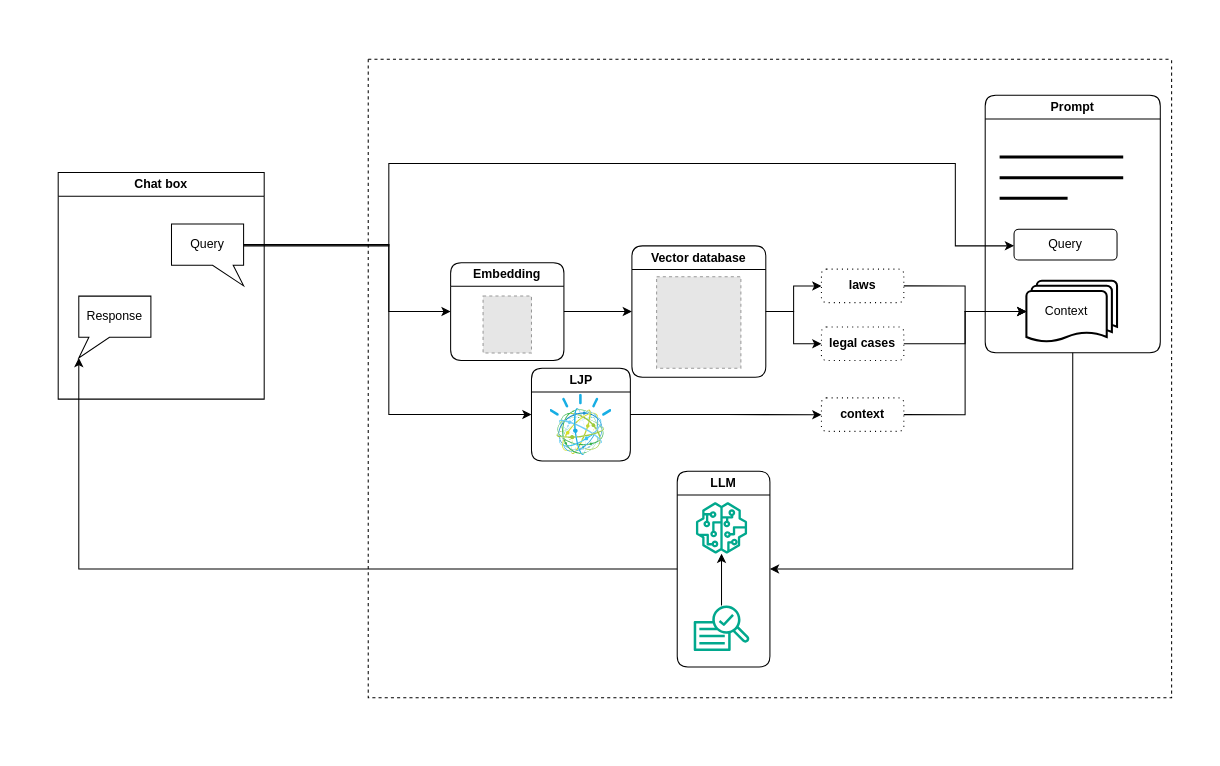
ArThur-Te/2025-21408 keeps this draw.io diagram as 未命名绘图.drawio. Above is the earlier version. Source tidied: cells renumbered, new cells numbered last; positions are measured from the earlier drawing's top-left corner, leaving out a move shared by most shapes. Both pictures are drawn from the tidied source at 103%, with x=0, y=0 at pixel (18, 18). Pictures stored in the file or linked from it are replaced by grey dashed boxes.
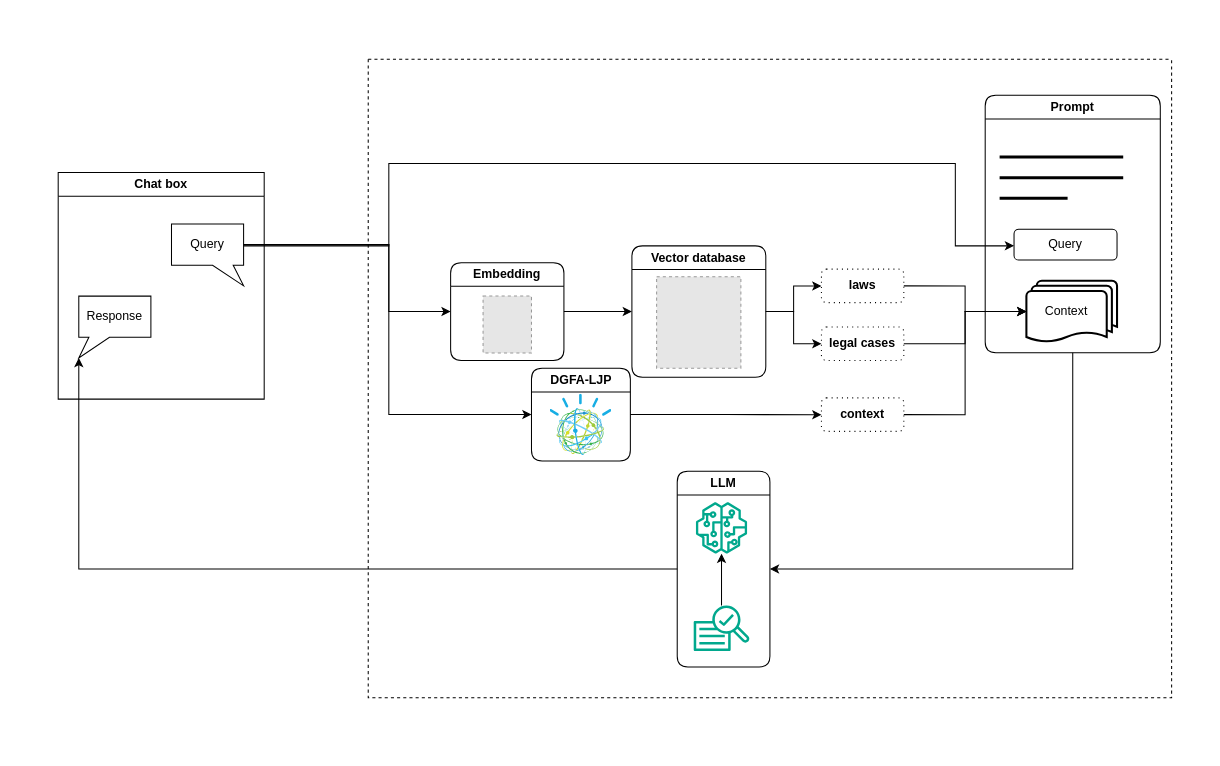
The same page after the edit.

Commit message:
更新未命名绘图.drawio

The change refers to these unchanged cells:
```xml
<mxCell id="28" style="swimlane;startSize=0;strokeWidth=0;strokeColor=none;" parent="1" vertex="1">
  <mxGeometry width="1150" height="710" as="geometry" />
</mxCell>
```

The edit, as a diff of the source:
```diff
@@
-    <mxCell id="31" value="LJP" style="swimlane;whiteSpace=wrap;html=1;rounded=1;glass=0;" parent="28" vertex="1">
+    <mxCell id="31" value="DGFA-LJP" style="swimlane;whiteSpace=wrap;html=1;rounded=1;glass=0;" parent="28" vertex="1">
       <mxGeometry x="498.5" y="340" width="96" height="90" as="geometry" />
     </mxCell>
```
